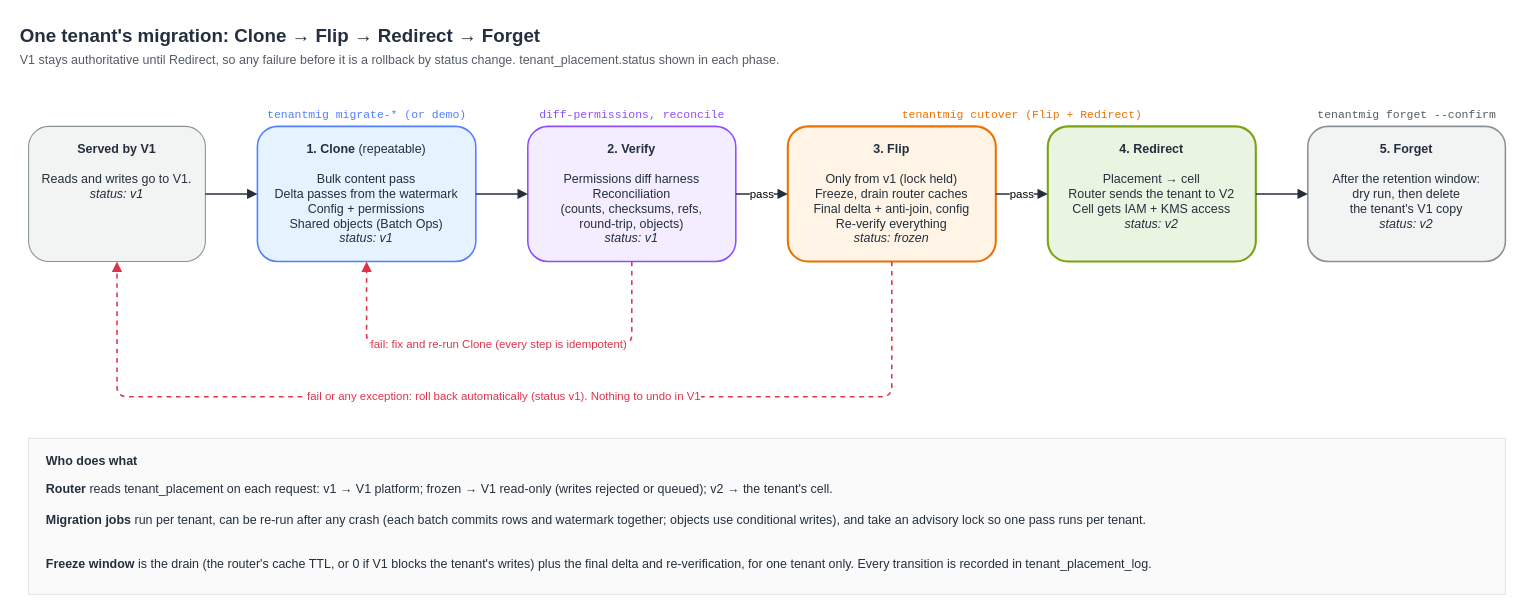
The draw.io diagram samples/tenant-migration-to-cells/docs/tenant-migration-cutover.drawio in aws-samples/data-for-saas-patterns, before the edit. Source tidied: cells renumbered, new cells numbered last; positions are measured from the earlier drawing's top-left corner, leaving out a move shared by most shapes. Both pictures are drawn from the tidied source at 104%, with x=0, y=0 at pixel (18, 18).
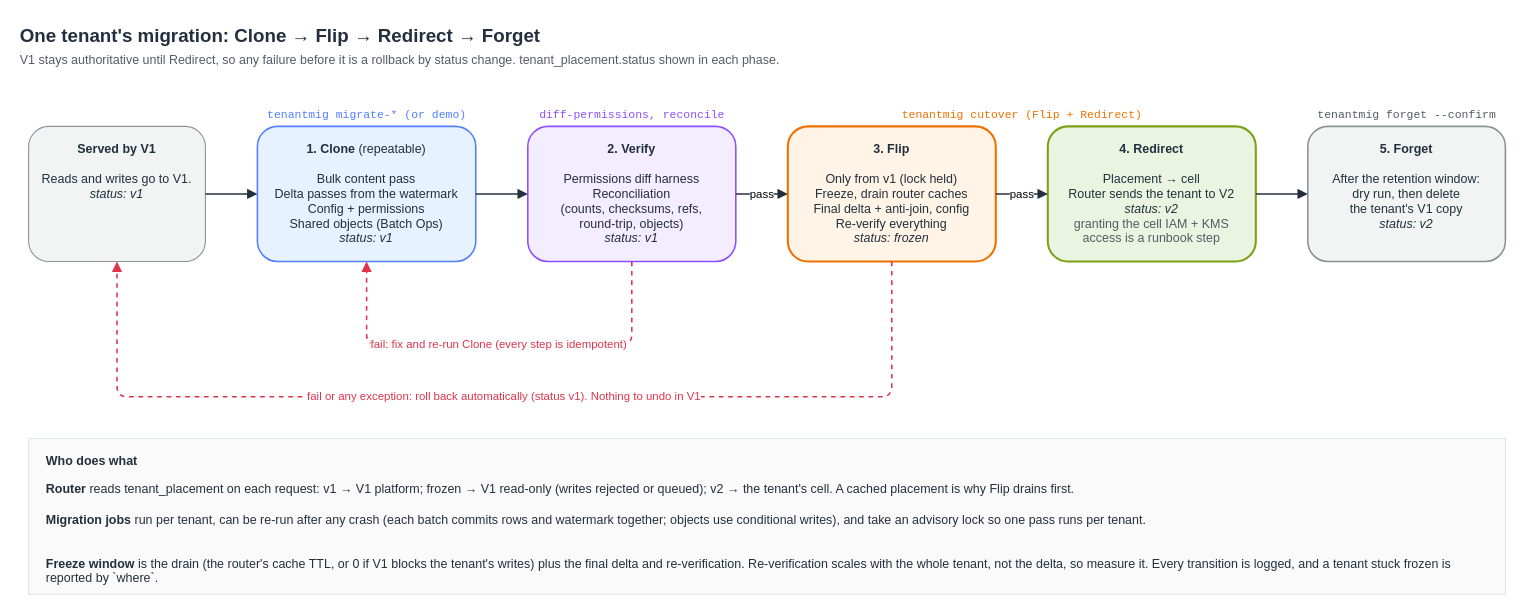
Above is the later version.

What changed in the source:
```diff
@@
-    <mxCell id="7" value="&lt;b&gt;4. Redirect&lt;/b&gt;&lt;br&gt;&lt;br&gt;Placement → cell&lt;br&gt;Router sends the tenant to V2&lt;br&gt;Cell gets IAM + KMS access&lt;br&gt;&lt;i&gt;status: v2&lt;/i&gt;" style="rounded=1;whiteSpace=wrap;html=1;fillColor=#E9F5E1;strokeColor=#7AA116;strokeWidth=2;fontSize=12;fontColor=#232F3E;verticalAlign=top;spacingTop=8;" parent="1" vertex="1">
+    <mxCell id="7" value="&lt;b&gt;4. Redirect&lt;/b&gt;&lt;br&gt;&lt;br&gt;Placement → cell&lt;br&gt;Router sends the tenant to V2&lt;br&gt;&lt;i&gt;status: v2&lt;/i&gt;&lt;br&gt;&lt;font color=&quot;#545B64&quot;&gt;granting the cell IAM + KMS&lt;br&gt;access is a runbook step&lt;/font&gt;" style="rounded=1;whiteSpace=wrap;html=1;fillColor=#E9F5E1;strokeColor=#7AA116;strokeWidth=2;fontSize=12;fontColor=#232F3E;verticalAlign=top;spacingTop=8;" parent="1" vertex="1">
       <mxGeometry x="990" y="104" width="200" height="130" as="geometry" />
     </mxCell>
@@
-    <mxCell id="22" value="&lt;b&gt;Router&lt;/b&gt; reads tenant_placement on each request: v1 → V1 platform; frozen → V1 read-only (writes rejected or queued); v2 → the tenant's cell." style="text;html=1;align=left;whiteSpace=wrap;fontSize=12;fontColor=#232F3E;" parent="1" vertex="1">
+    <mxCell id="22" value="&lt;b&gt;Router&lt;/b&gt; reads tenant_placement on each request: v1 → V1 platform; frozen → V1 read-only (writes rejected or queued); v2 → the tenant's cell. A cached placement is why Flip drains first." style="text;html=1;align=left;whiteSpace=wrap;fontSize=12;fontColor=#232F3E;" parent="1" vertex="1">
       <mxGeometry x="25" y="439" width="1390" height="22" as="geometry" />
     </mxCell>
@@
-    <mxCell id="24" value="&lt;b&gt;Freeze window&lt;/b&gt; is the drain (the router's cache TTL, or 0 if V1 blocks the tenant's writes) plus the final delta and re-verification, for one tenant only. Every transition is recorded in tenant_placement_log." style="text;html=1;align=left;whiteSpace=wrap;fontSize=12;fontColor=#232F3E;" parent="1" vertex="1">
+    <mxCell id="24" value="&lt;b&gt;Freeze window&lt;/b&gt; is the drain (the router's cache TTL, or 0 if V1 blocks the tenant's writes) plus the final delta and re-verification. Re-verification scales with the whole tenant, not the delta, so measure it. Every transition is logged, and a tenant stuck frozen is reported by `where`." style="text;html=1;align=left;whiteSpace=wrap;fontSize=12;fontColor=#232F3E;" parent="1" vertex="1">
       <mxGeometry x="25" y="511" width="1390" height="36" as="geometry" />
     </mxCell>
```
